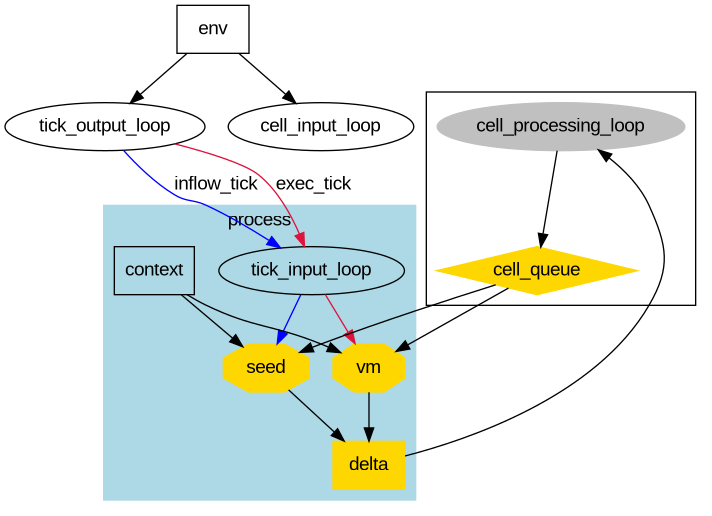
jcrd/tidepool keeps this Graphviz diagram as architecture.png. Above is the earlier version. Its source is kept beside it as architecture.dot.
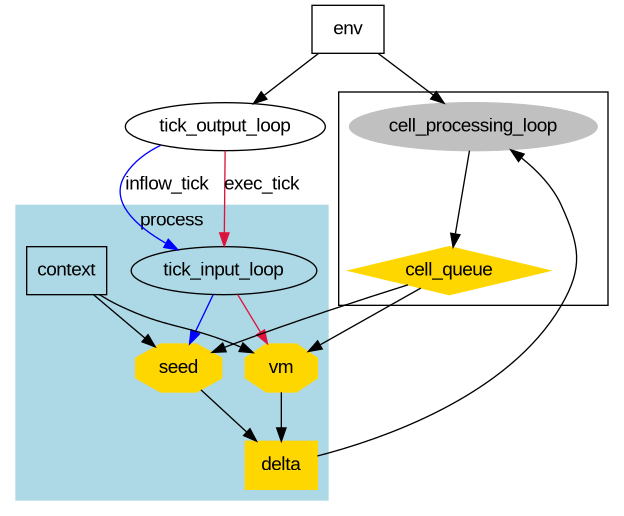
Later version of the same file.

Commit message:
graph: Fix use of old cell loop name

The edit, as a diff of the source:
```diff
@@ -1,7 +1,7 @@
 digraph ARCHITECTURE {
     env [shape=box];
     env -> tick_output_loop;
-    env -> cell_input_loop;
+    env -> cell_processing_loop;
 
     tick_output_loop -> tick_input_loop [label="inflow_tick",color=blue];
     tick_output_loop -> tick_input_loop [label="exec_tick",color=crimson];
```
